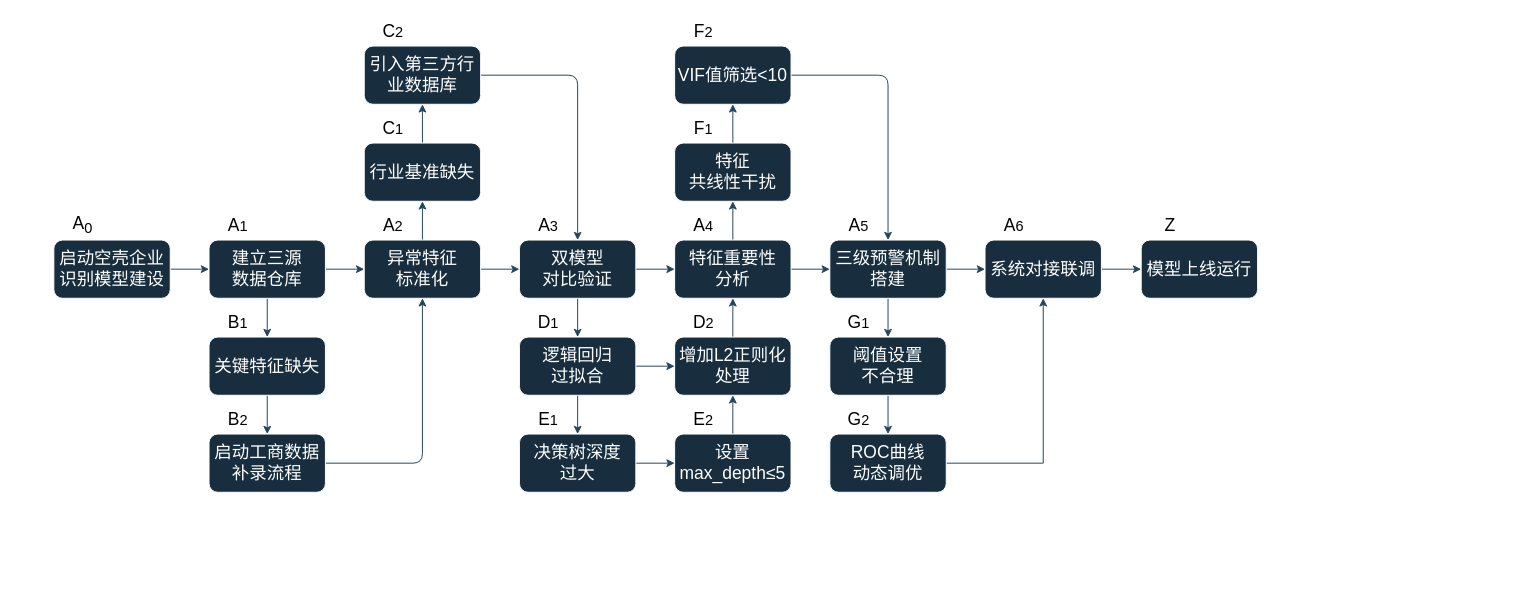
Before: PDPC改箭头和布局.drawio in DongmingW/drawio, a draw.io diagram. Source tidied: cells renumbered, new cells numbered last; positions are measured from the earlier drawing's top-left corner, leaving out a move shared by most shapes. Both pictures are drawn from the tidied source at 97%, with x=0, y=0 at pixel (53, 16).
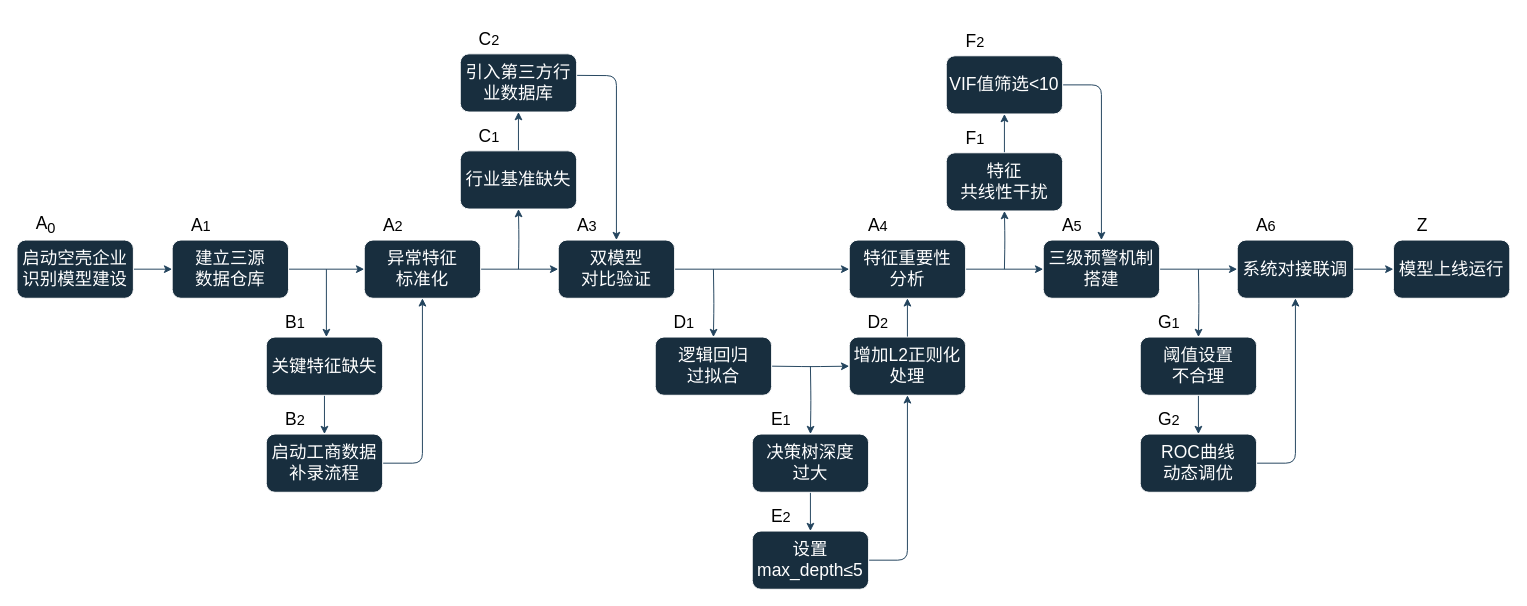
Above is the later version.

Commit message (it also covers changes not shown here):
更新PDPC改箭头和布局.drawio

The change refers to these unchanged cells:
```xml
<mxCell id="9" value="异常特征&lt;div&gt;标准化&lt;/div&gt;" style="rounded=1;whiteSpace=wrap;html=1;fontSize=18;labelBackgroundColor=none;fillColor=#182E3E;strokeColor=#FFFFFF;fontColor=#FFFFFF;fontStyle=0;" parent="1" vertex="1">
  <mxGeometry x="320" y="230" width="120" height="60" as="geometry" />
</mxCell>
```

Change to the diagram source:
```diff
@@
     <mxCell id="3" value="启动空壳企业识别模型建设" style="rounded=1;whiteSpace=wrap;html=1;fontSize=18;labelBackgroundColor=none;fillColor=#182E3E;strokeColor=#FFFFFF;fontColor=#FFFFFF;fontStyle=0;" parent="1" vertex="1">
-      <mxGeometry y="230" width="120" height="60" as="geometry" />
+      <mxGeometry x="-38" y="230" width="120" height="60" as="geometry" />
     </mxCell>
-    <mxCell id="4" style="edgeStyle=orthogonalEdgeStyle;rounded=1;jettySize=auto;html=1;fontSize=18;labelBackgroundColor=none;strokeColor=#23445D;fontColor=default;fontStyle=0;" parent="1" edge="1" source="6" target="9">
+    <mxCell id="4" style="edgeStyle=orthogonalEdgeStyle;rounded=1;jettySize=auto;html=1;fontSize=18;labelBackgroundColor=none;strokeColor=#23445D;fontColor=default;fontStyle=0;entryX=0;entryY=0.5;entryDx=0;entryDy=0;" parent="1" edge="1" source="6" target="9">
       <mxGeometry relative="1" as="geometry" />
     </mxCell>
-    <mxCell id="5" style="edgeStyle=orthogonalEdgeStyle;rounded=1;jettySize=auto;html=1;fontSize=18;labelBackgroundColor=none;strokeColor=#23445D;fontColor=default;fontStyle=0;" parent="1" edge="1" source="6" target="11">
-      <mxGeometry relative="1" as="geometry" />
+    <mxCell id="5" style="edgeStyle=orthogonalEdgeStyle;rounded=1;orthogonalLoop=1;jettySize=auto;html=1;fontSize=18;labelBackgroundColor=none;strokeColor=#23445D;fontColor=default;fontStyle=0;" parent="1" edge="1">
+      <mxGeometry relative="1" as="geometry">
+        <mxPoint x="281" y="260" as="sourcePoint" />
+        <mxPoint x="281" y="330" as="targetPoint" />
+      </mxGeometry>
     </mxCell>
     <mxCell id="6" value="建立三源&lt;div&gt;数据仓库&lt;/div&gt;" style="rounded=1;whiteSpace=wrap;html=1;fontSize=18;labelBackgroundColor=none;fillColor=#182E3E;strokeColor=#FFFFFF;fontColor=#FFFFFF;fontStyle=0;" parent="1" vertex="1">
-      <mxGeometry x="160" y="230" width="120" height="60" as="geometry" />
+      <mxGeometry x="122" y="230" width="120" height="60" as="geometry" />
     </mxCell>
@@
-    <mxCell id="8" style="edgeStyle=orthogonalEdgeStyle;rounded=1;jettySize=auto;html=1;fontSize=18;labelBackgroundColor=none;strokeColor=#23445D;fontColor=default;fontStyle=0;" parent="1" edge="1" source="9" target="23">
-      <mxGeometry relative="1" as="geometry" />
+    <mxCell id="8" style="edgeStyle=orthogonalEdgeStyle;rounded=1;jettySize=auto;html=1;fontSize=18;labelBackgroundColor=none;strokeColor=#23445D;fontColor=default;fontStyle=0;" parent="1" edge="1" target="23">
+      <mxGeometry relative="1" as="geometry">
+        <mxPoint x="479" y="260" as="sourcePoint" />
+      </mxGeometry>
     </mxCell>
@@
     <mxCell id="11" value="关键特征缺失" style="whiteSpace=wrap;html=1;rounded=1;fontSize=18;labelBackgroundColor=none;fillColor=#182E3E;strokeColor=#FFFFFF;fontColor=#FFFFFF;fontStyle=0;" parent="1" vertex="1">
-      <mxGeometry x="160" y="330" width="120" height="60" as="geometry" />
+      <mxGeometry x="219" y="330" width="120" height="60" as="geometry" />
     </mxCell>
@@
     <mxCell id="13" value="启动工商数据补录流程" style="whiteSpace=wrap;html=1;rounded=1;fontSize=18;labelBackgroundColor=none;fillColor=#182E3E;strokeColor=#FFFFFF;fontColor=#FFFFFF;fontStyle=0;" parent="1" vertex="1">
-      <mxGeometry x="160" y="430" width="120" height="60" as="geometry" />
+      <mxGeometry x="219" y="430" width="120" height="60" as="geometry" />
     </mxCell>
-    <mxCell id="14" style="edgeStyle=orthogonalEdgeStyle;rounded=1;jettySize=auto;html=1;fontSize=18;labelBackgroundColor=none;strokeColor=#23445D;fontColor=default;fontStyle=0;" parent="1" edge="1" source="16" target="19">
-      <mxGeometry relative="1" as="geometry" />
+    <mxCell id="14" style="edgeStyle=orthogonalEdgeStyle;rounded=1;jettySize=auto;html=1;fontSize=18;labelBackgroundColor=none;strokeColor=#23445D;fontColor=default;fontStyle=0;" parent="1" edge="1" target="19">
+      <mxGeometry relative="1" as="geometry">
+        <mxPoint x="680" y="260" as="sourcePoint" />
+      </mxGeometry>
     </mxCell>
-    <mxCell id="15" style="edgeStyle=orthogonalEdgeStyle;rounded=1;jettySize=auto;html=1;fontSize=18;labelBackgroundColor=none;strokeColor=#23445D;fontColor=default;fontStyle=0;" parent="1" edge="1" source="16" target="32">
+    <mxCell id="15" style="edgeStyle=orthogonalEdgeStyle;rounded=1;jettySize=auto;html=1;fontSize=18;labelBackgroundColor=none;strokeColor=#23445D;fontColor=default;fontStyle=0;exitX=1;exitY=0.5;exitDx=0;exitDy=0;" parent="1" edge="1" source="16" target="32">
       <mxGeometry relative="1" as="geometry" />
     </mxCell>
     <mxCell id="16" value="双模型&lt;div&gt;对比验证&lt;/div&gt;" style="whiteSpace=wrap;html=1;rounded=1;fontSize=18;labelBackgroundColor=none;fillColor=#182E3E;strokeColor=#FFFFFF;fontColor=#FFFFFF;fontStyle=0;" parent="1" vertex="1">
-      <mxGeometry x="480" y="230" width="120" height="60" as="geometry" />
+      <mxGeometry x="520" y="230" width="120" height="60" as="geometry" />
     </mxCell>
-    <mxCell id="17" style="edgeStyle=orthogonalEdgeStyle;rounded=1;jettySize=auto;html=1;fontSize=18;labelBackgroundColor=none;strokeColor=#23445D;fontColor=default;fontStyle=0;" parent="1" edge="1" source="19" target="21">
-      <mxGeometry relative="1" as="geometry" />
+    <mxCell id="17" style="edgeStyle=orthogonalEdgeStyle;rounded=1;jettySize=auto;html=1;fontSize=18;labelBackgroundColor=none;strokeColor=#23445D;fontColor=default;fontStyle=0;" parent="1" edge="1" target="21">
+      <mxGeometry relative="1" as="geometry">
+        <mxPoint x="780" y="360" as="sourcePoint" />
+      </mxGeometry>
     </mxCell>
-    <mxCell id="18" style="edgeStyle=orthogonalEdgeStyle;rounded=1;jettySize=auto;html=1;fontSize=18;labelBackgroundColor=none;strokeColor=#23445D;fontColor=default;fontStyle=0;" parent="1" edge="1" source="19" target="27">
-      <mxGeometry relative="1" as="geometry" />
+    <mxCell id="18" style="edgeStyle=orthogonalEdgeStyle;rounded=1;jettySize=auto;html=1;fontSize=18;labelBackgroundColor=none;strokeColor=#23445D;fontColor=default;fontStyle=0;" parent="1" edge="1" target="27">
+      <mxGeometry relative="1" as="geometry">
+        <mxPoint x="740" y="360" as="sourcePoint" />
+      </mxGeometry>
     </mxCell>
     <mxCell id="19" value="逻辑回归&lt;div&gt;过拟合&lt;/div&gt;" style="whiteSpace=wrap;html=1;rounded=1;fontSize=18;labelBackgroundColor=none;fillColor=#182E3E;strokeColor=#FFFFFF;fontColor=#FFFFFF;fontStyle=0;" parent="1" vertex="1">
-      <mxGeometry x="480" y="330" width="120" height="60" as="geometry" />
+      <mxGeometry x="620" y="330" width="120" height="60" as="geometry" />
     </mxCell>
-    <mxCell id="20" style="edgeStyle=orthogonalEdgeStyle;rounded=1;jettySize=auto;html=1;fontSize=18;labelBackgroundColor=none;strokeColor=#23445D;fontColor=default;fontStyle=0;" parent="1" edge="1" source="21" target="29">
+    <mxCell id="20" style="edgeStyle=orthogonalEdgeStyle;rounded=1;jettySize=auto;html=1;fontSize=18;labelBackgroundColor=none;strokeColor=#23445D;fontColor=default;fontStyle=0;exitX=0.5;exitY=1;exitDx=0;exitDy=0;" parent="1" edge="1" source="21" target="29">
       <mxGeometry relative="1" as="geometry" />
     </mxCell>
     <mxCell id="21" value="决策树深度&lt;div&gt;过大&lt;/div&gt;" style="whiteSpace=wrap;html=1;rounded=1;fontSize=18;labelBackgroundColor=none;fillColor=#182E3E;strokeColor=#FFFFFF;fontColor=#FFFFFF;fontStyle=0;" parent="1" vertex="1">
-      <mxGeometry x="480" y="430" width="120" height="60" as="geometry" />
+      <mxGeometry x="720" y="430" width="120" height="60" as="geometry" />
     </mxCell>
@@
     <mxCell id="23" value="行业基准缺失" style="rounded=1;whiteSpace=wrap;html=1;fontSize=18;labelBackgroundColor=none;fillColor=#182E3E;strokeColor=#FFFFFF;fontColor=#FFFFFF;fontStyle=0;" parent="1" vertex="1">
-      <mxGeometry x="320" y="130" width="120" height="60" as="geometry" />
+      <mxGeometry x="419" y="138" width="120" height="60" as="geometry" />
     </mxCell>
-    <mxCell id="24" style="edgeStyle=orthogonalEdgeStyle;rounded=1;jettySize=auto;html=1;exitX=1;exitY=0.5;exitDx=0;exitDy=0;entryX=0.5;entryY=0;entryDx=0;entryDy=0;fontSize=18;labelBackgroundColor=none;strokeColor=#23445D;fontColor=default;fontStyle=0;" parent="1" edge="1" source="25" target="16">
-      <mxGeometry relative="1" as="geometry" />
+    <mxCell id="24" style="edgeStyle=orthogonalEdgeStyle;rounded=1;jettySize=auto;html=1;exitX=1;exitY=0.5;exitDx=0;exitDy=0;entryX=0.5;entryY=0;entryDx=0;entryDy=0;fontSize=18;labelBackgroundColor=none;strokeColor=#23445D;fontColor=default;fontStyle=0;" parent="1" edge="1" target="16">
+      <mxGeometry relative="1" as="geometry">
+        <mxPoint x="509" y="60" as="sourcePoint" />
+      </mxGeometry>
     </mxCell>
     <mxCell id="25" value="引入第三方行业数据库" style="rounded=1;whiteSpace=wrap;html=1;fontSize=18;labelBackgroundColor=none;fillColor=#182E3E;strokeColor=#FFFFFF;fontColor=#FFFFFF;fontStyle=0;" parent="1" vertex="1">
-      <mxGeometry x="320" y="30" width="120" height="60" as="geometry" />
+      <mxGeometry x="419" y="38" width="120" height="60" as="geometry" />
     </mxCell>
@@
     <mxCell id="27" value="增加L2正则化处理" style="whiteSpace=wrap;html=1;rounded=1;fontSize=18;labelBackgroundColor=none;fillColor=#182E3E;strokeColor=#FFFFFF;fontColor=#FFFFFF;fontStyle=0;" parent="1" vertex="1">
-      <mxGeometry x="640" y="330" width="120" height="60" as="geometry" />
+      <mxGeometry x="820" y="330" width="120" height="60" as="geometry" />
     </mxCell>
-    <mxCell id="28" style="edgeStyle=orthogonalEdgeStyle;rounded=1;jettySize=auto;html=1;exitX=0.5;exitY=0;exitDx=0;exitDy=0;entryX=0.5;entryY=1;entryDx=0;entryDy=0;fontSize=18;labelBackgroundColor=none;strokeColor=#23445D;fontColor=default;fontStyle=0;" parent="1" edge="1" source="29" target="27">
+    <mxCell id="28" style="edgeStyle=orthogonalEdgeStyle;rounded=1;jettySize=auto;html=1;exitX=1;exitY=0.5;exitDx=0;exitDy=0;entryX=0.5;entryY=1;entryDx=0;entryDy=0;fontSize=18;labelBackgroundColor=none;strokeColor=#23445D;fontColor=default;fontStyle=0;" parent="1" edge="1" source="29" target="27">
       <mxGeometry relative="1" as="geometry" />
     </mxCell>
     <mxCell id="29" value="设置max_depth≤5" style="whiteSpace=wrap;html=1;rounded=1;fontSize=18;labelBackgroundColor=none;fillColor=#182E3E;strokeColor=#FFFFFF;fontColor=#FFFFFF;fontStyle=0;" parent="1" vertex="1">
-      <mxGeometry x="640" y="430" width="120" height="60" as="geometry" />
+      <mxGeometry x="720" y="530" width="120" height="60" as="geometry" />
     </mxCell>
-    <mxCell id="30" style="edgeStyle=orthogonalEdgeStyle;rounded=1;jettySize=auto;html=1;fontSize=18;labelBackgroundColor=none;strokeColor=#23445D;fontColor=default;fontStyle=0;" parent="1" edge="1" source="32" target="34">
-      <mxGeometry relative="1" as="geometry" />
+    <mxCell id="30" style="edgeStyle=orthogonalEdgeStyle;rounded=1;jettySize=auto;html=1;fontSize=18;labelBackgroundColor=none;strokeColor=#23445D;fontColor=default;fontStyle=0;" parent="1" edge="1" target="34">
+      <mxGeometry relative="1" as="geometry">
+        <mxPoint x="980" y="260" as="sourcePoint" />
+      </mxGeometry>
     </mxCell>
@@
     <mxCell id="32" value="特征重要性&lt;div&gt;分析&lt;/div&gt;" style="whiteSpace=wrap;html=1;rounded=1;fontSize=18;labelBackgroundColor=none;fillColor=#182E3E;strokeColor=#FFFFFF;fontColor=#FFFFFF;fontStyle=0;" parent="1" vertex="1">
-      <mxGeometry x="640" y="230" width="120" height="60" as="geometry" />
+      <mxGeometry x="820" y="230" width="120" height="60" as="geometry" />
     </mxCell>
@@
     <mxCell id="34" value="特征&lt;div&gt;共线性干扰&lt;/div&gt;" style="whiteSpace=wrap;html=1;rounded=1;fontSize=18;labelBackgroundColor=none;fillColor=#182E3E;strokeColor=#FFFFFF;fontColor=#FFFFFF;fontStyle=0;" parent="1" vertex="1">
-      <mxGeometry x="640" y="130" width="120" height="60" as="geometry" />
+      <mxGeometry x="920" y="140" width="120" height="60" as="geometry" />
     </mxCell>
@@
     <mxCell id="36" value="VIF值筛选&amp;lt;10" style="whiteSpace=wrap;html=1;rounded=1;fontSize=18;labelBackgroundColor=none;fillColor=#182E3E;strokeColor=#FFFFFF;fontColor=#FFFFFF;fontStyle=0;" parent="1" vertex="1">
-      <mxGeometry x="640" y="30" width="120" height="60" as="geometry" />
+      <mxGeometry x="920" y="40" width="120" height="60" as="geometry" />
     </mxCell>
-    <mxCell id="37" style="edgeStyle=orthogonalEdgeStyle;rounded=1;jettySize=auto;html=1;fontSize=18;labelBackgroundColor=none;strokeColor=#23445D;fontColor=default;fontStyle=0;" parent="1" edge="1" source="39" target="41">
-      <mxGeometry relative="1" as="geometry" />
+    <mxCell id="37" style="edgeStyle=orthogonalEdgeStyle;rounded=1;jettySize=auto;html=1;fontSize=18;labelBackgroundColor=none;strokeColor=#23445D;fontColor=default;fontStyle=0;" parent="1" edge="1" target="41">
+      <mxGeometry relative="1" as="geometry">
+        <mxPoint x="1180" y="260" as="sourcePoint" />
+      </mxGeometry>
     </mxCell>
-    <mxCell id="38" style="edgeStyle=orthogonalEdgeStyle;rounded=1;jettySize=auto;html=1;fontSize=18;labelBackgroundColor=none;strokeColor=#23445D;fontColor=default;fontStyle=0;" parent="1" edge="1" source="39" target="45">
+    <mxCell id="38" style="edgeStyle=orthogonalEdgeStyle;rounded=1;jettySize=auto;html=1;fontSize=18;labelBackgroundColor=none;strokeColor=#23445D;fontColor=default;fontStyle=0;exitX=1;exitY=0.5;exitDx=0;exitDy=0;" parent="1" edge="1" source="39" target="45">
       <mxGeometry relative="1" as="geometry" />
     </mxCell>
     <mxCell id="39" value="三级预警机制搭建" style="whiteSpace=wrap;html=1;rounded=1;fontSize=18;labelBackgroundColor=none;fillColor=#182E3E;strokeColor=#FFFFFF;fontColor=#FFFFFF;fontStyle=0;" parent="1" vertex="1">
-      <mxGeometry x="800" y="230" width="120" height="60" as="geometry" />
+      <mxGeometry x="1020" y="230" width="120" height="60" as="geometry" />
     </mxCell>
@@
     <mxCell id="41" value="阈值设置&lt;div&gt;不合理&lt;/div&gt;" style="whiteSpace=wrap;html=1;rounded=1;fontSize=18;labelBackgroundColor=none;fillColor=#182E3E;strokeColor=#FFFFFF;fontColor=#FFFFFF;fontStyle=0;" parent="1" vertex="1">
-      <mxGeometry x="800" y="330" width="120" height="60" as="geometry" />
+      <mxGeometry x="1120" y="330" width="120" height="60" as="geometry" />
     </mxCell>
-    <mxCell id="42" style="edgeStyle=orthogonalEdgeStyle;rounded=0;jettySize=auto;html=1;exitX=1;exitY=0.5;exitDx=0;exitDy=0;entryX=0.5;entryY=1;entryDx=0;entryDy=0;labelBackgroundColor=none;strokeColor=#23445D;fontColor=default;fontStyle=0;" parent="1" edge="1" source="43" target="45">
+    <mxCell id="42" style="edgeStyle=orthogonalEdgeStyle;rounded=1;jettySize=auto;html=1;exitX=1;exitY=0.5;exitDx=0;exitDy=0;entryX=0.5;entryY=1;entryDx=0;entryDy=0;labelBackgroundColor=none;strokeColor=#23445D;fontColor=default;fontStyle=0;curved=0;" parent="1" edge="1" source="43" target="45">
       <mxGeometry relative="1" as="geometry" />
     </mxCell>
     <mxCell id="43" value="ROC曲线&lt;div&gt;动态调优&lt;/div&gt;" style="whiteSpace=wrap;html=1;rounded=1;fontSize=18;labelBackgroundColor=none;fillColor=#182E3E;strokeColor=#FFFFFF;fontColor=#FFFFFF;fontStyle=0;" parent="1" vertex="1">
-      <mxGeometry x="800" y="430" width="120" height="60" as="geometry" />
+      <mxGeometry x="1120" y="430" width="120" height="60" as="geometry" />
     </mxCell>
@@
     <mxCell id="45" value="系统对接联调" style="whiteSpace=wrap;html=1;rounded=1;fontSize=18;labelBackgroundColor=none;fillColor=#182E3E;strokeColor=#FFFFFF;fontColor=#FFFFFF;fontStyle=0;" parent="1" vertex="1">
-      <mxGeometry x="960" y="230" width="120" height="60" as="geometry" />
+      <mxGeometry x="1220" y="230" width="120" height="60" as="geometry" />
     </mxCell>
     <mxCell id="46" value="模型上线运行" style="whiteSpace=wrap;html=1;rounded=1;fontSize=18;labelBackgroundColor=none;fillColor=#182E3E;strokeColor=#FFFFFF;fontColor=#FFFFFF;fontStyle=0;" parent="1" vertex="1">
-      <mxGeometry x="1121" y="230" width="120" height="60" as="geometry" />
+      <mxGeometry x="1381" y="230" width="120" height="60" as="geometry" />
     </mxCell>
     <mxCell id="47" value="A&lt;sub&gt;0&lt;/sub&gt;" style="text;html=1;align=center;verticalAlign=middle;whiteSpace=wrap;rounded=0;fontColor=#000000;fontSize=18;labelBackgroundColor=none;fontStyle=0;" parent="1" vertex="1">
-      <mxGeometry y="200" width="60" height="30" as="geometry" />
+      <mxGeometry x="-38" y="200" width="60" height="30" as="geometry" />
     </mxCell>
     <mxCell id="48" value="A&lt;span style=&quot;font-size: 15px;&quot;&gt;1&lt;/span&gt;" style="text;html=1;align=center;verticalAlign=middle;whiteSpace=wrap;rounded=0;fontColor=#000000;fontSize=18;labelBackgroundColor=none;fontStyle=0;" parent="1" vertex="1">
-      <mxGeometry x="160" y="200" width="60" height="30" as="geometry" />
+      <mxGeometry x="122" y="200" width="60" height="30" as="geometry" />
     </mxCell>
@@
     <mxCell id="50" value="A&lt;span style=&quot;font-size: 15px;&quot;&gt;3&lt;/span&gt;" style="text;html=1;align=center;verticalAlign=middle;whiteSpace=wrap;rounded=0;fontColor=#000000;fontSize=18;labelBackgroundColor=none;fontStyle=0;" parent="1" vertex="1">
-      <mxGeometry x="480" y="200" width="60" height="30" as="geometry" />
+      <mxGeometry x="520" y="200" width="60" height="30" as="geometry" />
     </mxCell>
     <mxCell id="51" value="A&lt;span style=&quot;font-size: 15px;&quot;&gt;4&lt;/span&gt;" style="text;html=1;align=center;verticalAlign=middle;whiteSpace=wrap;rounded=0;fontColor=#000000;fontSize=18;labelBackgroundColor=none;fontStyle=0;" parent="1" vertex="1">
-      <mxGeometry x="640" y="200" width="60" height="30" as="geometry" />
+      <mxGeometry x="820" y="200" width="60" height="30" as="geometry" />
     </mxCell>
     <mxCell id="52" value="A&lt;span style=&quot;font-size: 15px;&quot;&gt;5&lt;/span&gt;" style="text;html=1;align=center;verticalAlign=middle;whiteSpace=wrap;rounded=0;fontColor=#000000;fontSize=18;labelBackgroundColor=none;fontStyle=0;" parent="1" vertex="1">
-      <mxGeometry x="800" y="200" width="60" height="30" as="geometry" />
+      <mxGeometry x="1020" y="200" width="60" height="30" as="geometry" />
     </mxCell>
     <mxCell id="53" value="A&lt;span style=&quot;font-size: 15px;&quot;&gt;6&lt;/span&gt;" style="text;html=1;align=center;verticalAlign=middle;whiteSpace=wrap;rounded=0;fontColor=#000000;fontSize=18;labelBackgroundColor=none;fontStyle=0;" parent="1" vertex="1">
-      <mxGeometry x="960" y="200" width="60" height="30" as="geometry" />
+      <mxGeometry x="1220" y="200" width="60" height="30" as="geometry" />
     </mxCell>
     <mxCell id="54" value="Z" style="text;html=1;align=center;verticalAlign=middle;whiteSpace=wrap;rounded=0;fontColor=#000000;fontSize=18;labelBackgroundColor=none;fontStyle=0;" parent="1" vertex="1">
-      <mxGeometry x="1121" y="200" width="60" height="30" as="geometry" />
+      <mxGeometry x="1381" y="200" width="60" height="30" as="geometry" />
     </mxCell>
     <mxCell id="55" value="B&lt;span style=&quot;font-size: 15px;&quot;&gt;1&lt;/span&gt;" style="text;html=1;align=center;verticalAlign=middle;whiteSpace=wrap;rounded=0;fontColor=#000000;fontSize=18;labelBackgroundColor=none;fontStyle=0;" parent="1" vertex="1">
-      <mxGeometry x="160" y="300" width="60" height="30" as="geometry" />
+      <mxGeometry x="219" y="300" width="60" height="30" as="geometry" />
     </mxCell>
     <mxCell id="56" value="B&lt;span style=&quot;font-size: 15px;&quot;&gt;2&lt;/span&gt;" style="text;html=1;align=center;verticalAlign=middle;whiteSpace=wrap;rounded=0;fontColor=#000000;fontSize=18;labelBackgroundColor=none;fontStyle=0;" parent="1" vertex="1">
-      <mxGeometry x="160" y="400" width="60" height="30" as="geometry" />
+      <mxGeometry x="219" y="400" width="60" height="30" as="geometry" />
     </mxCell>
     <mxCell id="57" value="C&lt;span style=&quot;font-size: 15px;&quot;&gt;1&lt;/span&gt;" style="text;html=1;align=center;verticalAlign=middle;whiteSpace=wrap;rounded=0;fontColor=#000000;fontSize=18;labelBackgroundColor=none;fontStyle=0;" parent="1" vertex="1">
-      <mxGeometry x="320" y="100" width="60" height="30" as="geometry" />
+      <mxGeometry x="419" y="108" width="60" height="30" as="geometry" />
     </mxCell>
     <mxCell id="58" value="C&lt;span style=&quot;font-size: 15px;&quot;&gt;2&lt;/span&gt;" style="text;html=1;align=center;verticalAlign=middle;whiteSpace=wrap;rounded=0;fontColor=#000000;fontSize=18;labelBackgroundColor=none;fontStyle=0;" parent="1" vertex="1">
-      <mxGeometry x="320" width="60" height="30" as="geometry" />
+      <mxGeometry x="419" y="8" width="60" height="30" as="geometry" />
     </mxCell>
     <mxCell id="59" value="D&lt;span style=&quot;font-size: 15px;&quot;&gt;1&lt;/span&gt;" style="text;html=1;align=center;verticalAlign=middle;whiteSpace=wrap;rounded=0;fontColor=#000000;fontSize=18;labelBackgroundColor=none;fontStyle=0;" parent="1" vertex="1">
-      <mxGeometry x="480" y="300" width="60" height="30" as="geometry" />
+      <mxGeometry x="620" y="300" width="60" height="30" as="geometry" />
     </mxCell>
     <mxCell id="60" value="E&lt;span style=&quot;font-size: 15px;&quot;&gt;1&lt;/span&gt;" style="text;html=1;align=center;verticalAlign=middle;whiteSpace=wrap;rounded=0;fontColor=#000000;fontSize=18;labelBackgroundColor=none;fontStyle=0;" parent="1" vertex="1">
-      <mxGeometry x="480" y="400" width="60" height="30" as="geometry" />
+      <mxGeometry x="720" y="400" width="60" height="30" as="geometry" />
     </mxCell>
     <mxCell id="61" value="E&lt;span style=&quot;font-size: 15px;&quot;&gt;2&lt;/span&gt;" style="text;html=1;align=center;verticalAlign=middle;whiteSpace=wrap;rounded=0;fontColor=#000000;fontSize=18;labelBackgroundColor=none;fontStyle=0;" parent="1" vertex="1">
-      <mxGeometry x="640" y="400" width="60" height="30" as="geometry" />
+      <mxGeometry x="720" y="500" width="60" height="30" as="geometry" />
     </mxCell>
     <mxCell id="62" value="D&lt;span style=&quot;font-size: 15px;&quot;&gt;2&lt;/span&gt;" style="text;html=1;align=center;verticalAlign=middle;whiteSpace=wrap;rounded=0;fontColor=#000000;fontSize=18;labelBackgroundColor=none;fontStyle=0;" parent="1" vertex="1">
-      <mxGeometry x="640" y="300" width="60" height="30" as="geometry" />
+      <mxGeometry x="820" y="300" width="60" height="30" as="geometry" />
     </mxCell>
     <mxCell id="63" value="F&lt;span style=&quot;font-size: 15px;&quot;&gt;1&lt;/span&gt;" style="text;html=1;align=center;verticalAlign=middle;whiteSpace=wrap;rounded=0;fontColor=#000000;fontSize=18;labelBackgroundColor=none;fontStyle=0;" parent="1" vertex="1">
-      <mxGeometry x="640" y="100" width="60" height="30" as="geometry" />
+      <mxGeometry x="920" y="110" width="60" height="30" as="geometry" />
     </mxCell>
     <mxCell id="64" value="F&lt;span style=&quot;font-size: 15px;&quot;&gt;2&lt;/span&gt;" style="text;html=1;align=center;verticalAlign=middle;whiteSpace=wrap;rounded=0;fontColor=#000000;fontSize=18;labelBackgroundColor=none;fontStyle=0;" parent="1" vertex="1">
-      <mxGeometry x="640" width="60" height="30" as="geometry" />
+      <mxGeometry x="920" y="10" width="60" height="30" as="geometry" />
     </mxCell>
     <mxCell id="65" value="G&lt;span style=&quot;font-size: 15px;&quot;&gt;1&lt;/span&gt;" style="text;html=1;align=center;verticalAlign=middle;whiteSpace=wrap;rounded=0;fontColor=#000000;fontSize=18;labelBackgroundColor=none;fontStyle=0;" parent="1" vertex="1">
-      <mxGeometry x="800" y="300" width="60" height="30" as="geometry" />
+      <mxGeometry x="1120" y="300" width="60" height="30" as="geometry" />
     </mxCell>
     <mxCell id="66" value="G&lt;span style=&quot;font-size: 15px;&quot;&gt;2&lt;/span&gt;" style="text;html=1;align=center;verticalAlign=middle;whiteSpace=wrap;rounded=0;fontColor=#000000;fontSize=18;labelBackgroundColor=none;fontStyle=0;" parent="1" vertex="1">
-      <mxGeometry x="800" y="400" width="60" height="30" as="geometry" />
+      <mxGeometry x="1120" y="400" width="60" height="30" as="geometry" />
     </mxCell>
```
